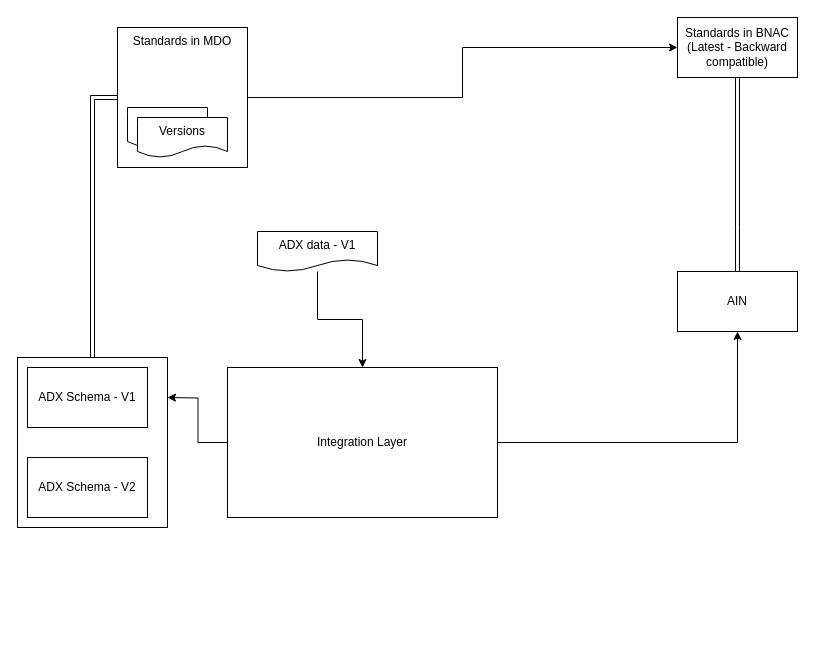
This is page "Page-4" (4 of 4) of Untitled Diagram.drawio from MohdSaifz/geojsons, a draw.io file, before an edit. Source tidied: cells renumbered, new cells numbered last; positions are measured from the earlier drawing's top-left corner, leaving out a move shared by most shapes. Both pictures are drawn from the tidied source at 100%, with x=0, y=0 at pixel (17, 17).
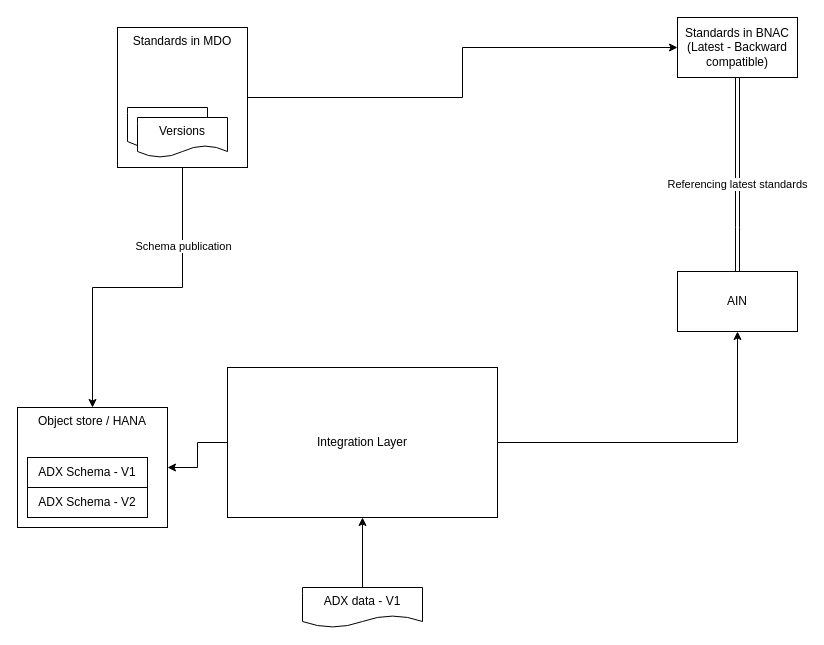
The same page after the edit.

The change refers to these unchanged cells:
```xml
<mxCell id="5" value="Standards in MDO" style="whiteSpace=wrap;html=1;rounded=0;align=center;verticalAlign=top;" parent="1" vertex="1">
  <mxGeometry x="100" y="10" width="130" height="140" as="geometry" />
</mxCell>
<mxCell id="13" value="Integration Layer" style="whiteSpace=wrap;html=1;rounded=0;" parent="1" vertex="1">
  <mxGeometry x="210" y="350" width="270" height="150" as="geometry" />
</mxCell>
<mxCell id="16" style="edgeStyle=orthogonalEdgeStyle;rounded=0;jettySize=auto;html=1;shape=link;entryX=0.5;entryY=1;entryDx=0;entryDy=0;" parent="1" edge="1" source="17" target="3">
  <mxGeometry relative="1" as="geometry">
    <Array as="points">
      <mxPoint x="720" y="210" />
      <mxPoint x="720" y="210" />
    </Array>
  </mxGeometry>
</mxCell>
```

Diff of the diagram source:
```diff
@@
-    <mxCell id="2" style="rounded=0;whiteSpace=wrap;html=1;" parent="1" vertex="1">
-      <mxGeometry y="340" width="150" height="170" as="geometry" />
+    <mxCell id="2" value="Object store / HANA" style="rounded=0;whiteSpace=wrap;html=1;align=center;verticalAlign=top;" parent="1" vertex="1">
+      <mxGeometry y="390" width="150" height="120" as="geometry" />
     </mxCell>
@@
-    <mxCell id="7" style="edgeStyle=orthogonalEdgeStyle;shape=link;rounded=0;jettySize=auto;html=1;exitX=0;exitY=0.5;exitDx=0;exitDy=0;" parent="1" edge="1" source="5" target="2">
+    <mxCell id="7" style="edgeStyle=orthogonalEdgeStyle;rounded=0;jettySize=auto;html=1;entryX=0.5;entryY=0;entryDx=0;entryDy=0;exitX=0.5;exitY=1;exitDx=0;exitDy=0;" parent="1" edge="1" source="5" target="2">
       <mxGeometry relative="1" as="geometry" />
     </mxCell>
+    <mxCell id="18" value="Schema publication&lt;br&gt;" style="edgeLabel;html=1;align=center;verticalAlign=middle;" parent="7" vertex="1">
+      <mxGeometry x="-0.53" relative="1" as="geometry" />
+    </mxCell>
@@
     <mxCell id="9" value="ADX Schema - V1" style="rounded=0;whiteSpace=wrap;html=1;" parent="1" vertex="1">
-      <mxGeometry x="10" y="350" width="120" height="60" as="geometry" />
+      <mxGeometry x="10" y="440" width="120" height="30" as="geometry" />
     </mxCell>
     <mxCell id="10" value="ADX Schema - V2" style="rounded=0;whiteSpace=wrap;html=1;" parent="1" vertex="1">
-      <mxGeometry x="10" y="440" width="120" height="60" as="geometry" />
+      <mxGeometry x="10" y="470" width="120" height="30" as="geometry" />
     </mxCell>
-    <mxCell id="11" style="edgeStyle=orthogonalEdgeStyle;rounded=0;jettySize=auto;html=1;" parent="1" edge="1" source="13">
-      <mxGeometry relative="1" as="geometry">
-        <mxPoint x="150" y="380" as="targetPoint" />
-      </mxGeometry>
+    <mxCell id="11" style="edgeStyle=orthogonalEdgeStyle;rounded=0;jettySize=auto;html=1;" parent="1" edge="1" source="13" target="2">
+      <mxGeometry relative="1" as="geometry" />
     </mxCell>
@@
     <mxCell id="15" value="ADX data - V1" style="shape=document;whiteSpace=wrap;html=1;boundedLbl=1;" parent="1" vertex="1">
-      <mxGeometry x="240" y="214" width="120" height="40" as="geometry" />
+      <mxGeometry x="285" y="570" width="120" height="40" as="geometry" />
     </mxCell>
@@
+    <mxCell id="19" value="Referencing latest standards&lt;br&gt;" style="edgeLabel;html=1;align=center;verticalAlign=middle;" parent="16" vertex="1">
+      <mxGeometry x="-0.09" y="1" relative="1" as="geometry" />
+    </mxCell>
```
